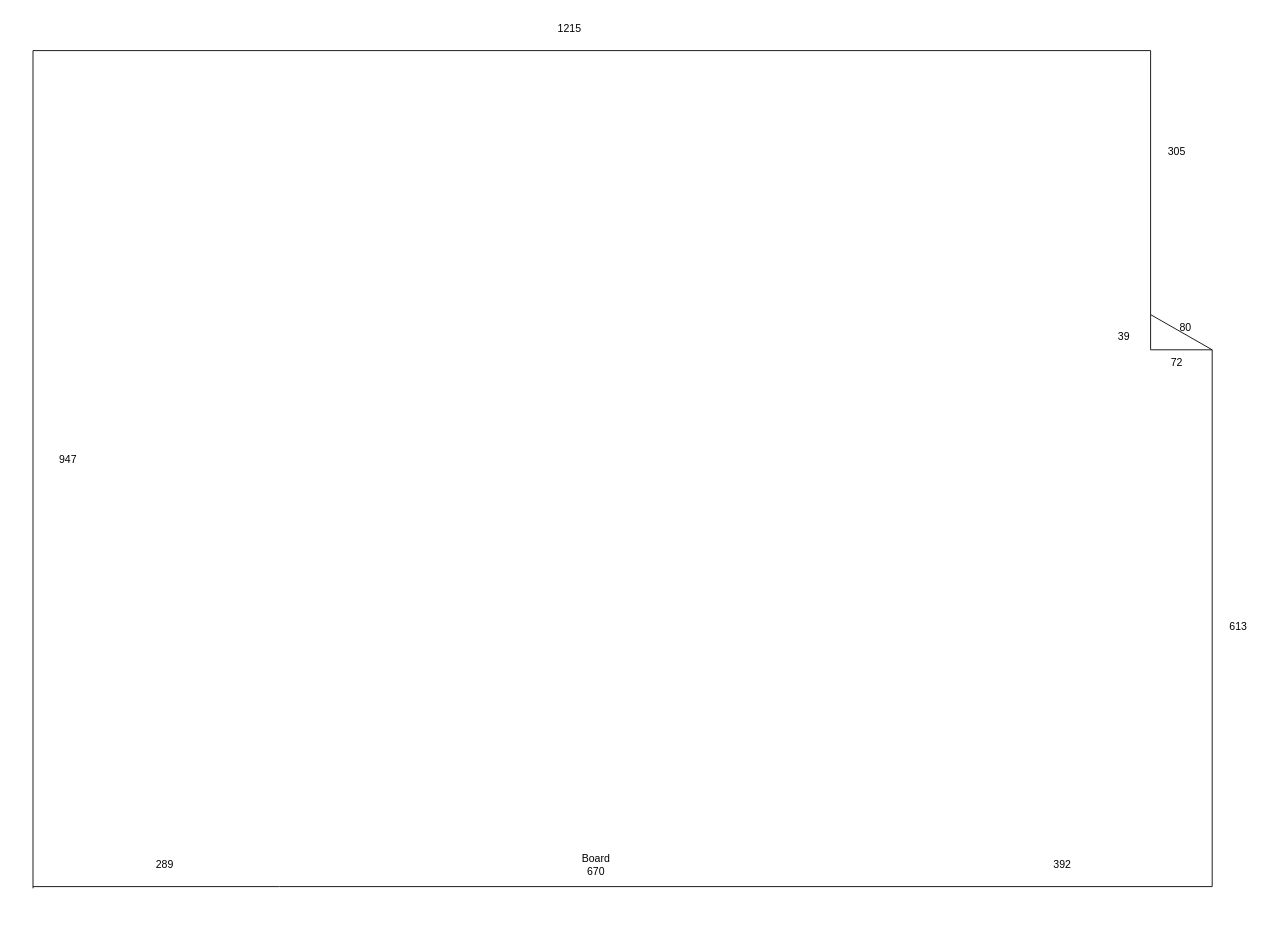
critschris/COMP475_Metrics keeps this draw.io diagram as Classroom_Metrics.drawio. Above is the earlier version. Source tidied: cells renumbered, new cells numbered last; positions are measured from the earlier drawing's top-left corner, leaving out a move shared by most shapes. Both pictures are drawn from the tidied source at 88%, with x=0, y=0 at pixel (33, 15).
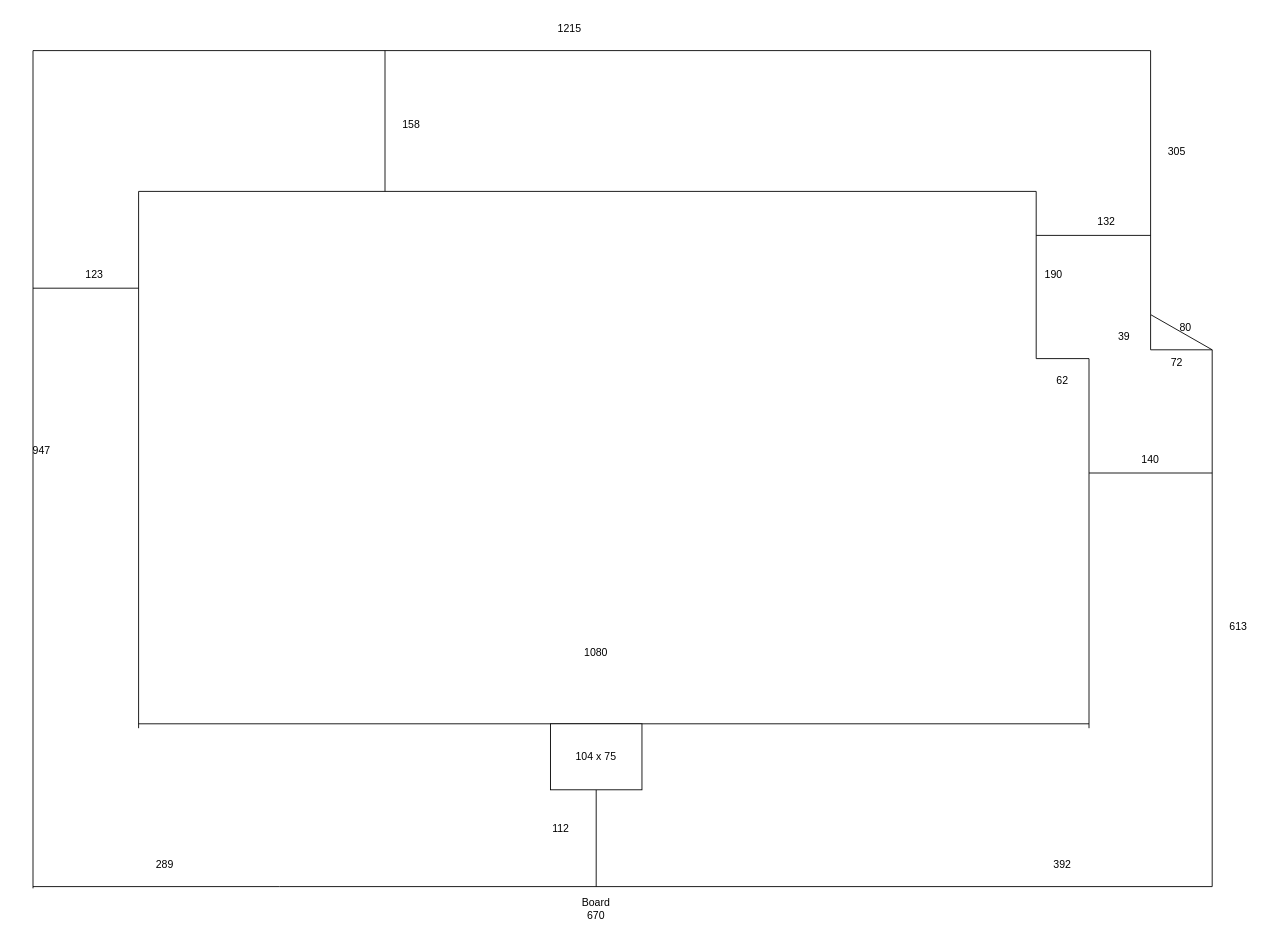
The same page after the edit.

Diff of the diagram source:
```diff
@@
     <mxCell id="12" value="Board&lt;br&gt;&lt;div&gt;670&lt;/div&gt;" style="text;html=1;whiteSpace=wrap;strokeColor=none;fillColor=none;align=center;verticalAlign=middle;rounded=0;" parent="1" vertex="1">
-      <mxGeometry x="610" y="950" width="60" height="30" as="geometry" />
+      <mxGeometry x="610" y="1000" width="60" height="30" as="geometry" />
     </mxCell>
@@
     <mxCell id="14" value="&lt;div&gt;947&lt;/div&gt;" style="text;html=1;whiteSpace=wrap;strokeColor=none;fillColor=none;align=center;verticalAlign=middle;rounded=0;" parent="1" vertex="1">
-      <mxGeometry x="10" y="490" width="60" height="30" as="geometry" />
+      <mxGeometry x="-20" y="480" width="60" height="30" as="geometry" />
     </mxCell>
@@
+    <mxCell id="22" value="&lt;div&gt;123&lt;/div&gt;" style="text;html=1;whiteSpace=wrap;strokeColor=none;fillColor=none;align=center;verticalAlign=middle;rounded=0;" parent="1" vertex="1">
+      <mxGeometry x="40" y="280" width="60" height="30" as="geometry" />
+    </mxCell>
+    <mxCell id="23" value="&lt;div&gt;158&lt;/div&gt;" style="text;html=1;whiteSpace=wrap;strokeColor=none;fillColor=none;align=center;verticalAlign=middle;rounded=0;" parent="1" vertex="1">
+      <mxGeometry x="400" y="110" width="60" height="30" as="geometry" />
+    </mxCell>
+    <mxCell id="24" style="endArrow=none;html=1;rounded=0;" parent="1" edge="1">
+      <mxGeometry relative="1" as="geometry">
+        <mxPoint x="400" y="40" as="sourcePoint" />
+        <mxPoint x="400" y="200" as="targetPoint" />
+      </mxGeometry>
+    </mxCell>
+    <mxCell id="25" style="endArrow=none;html=1;rounded=0;" parent="1" edge="1">
+      <mxGeometry relative="1" as="geometry">
+        <mxPoint x="120" y="310" as="sourcePoint" />
+        <mxPoint y="310" as="targetPoint" />
+      </mxGeometry>
+    </mxCell>
+    <mxCell id="26" style="endArrow=none;html=1;rounded=0;" parent="1" edge="1">
+      <mxGeometry relative="1" as="geometry">
+        <mxPoint x="120" y="810" as="sourcePoint" />
+        <mxPoint x="120" y="200" as="targetPoint" />
+      </mxGeometry>
+    </mxCell>
+    <mxCell id="27" style="endArrow=none;html=1;rounded=0;" parent="1" edge="1">
+      <mxGeometry relative="1" as="geometry">
+        <mxPoint x="120" y="200" as="sourcePoint" />
+        <mxPoint x="1140" y="200" as="targetPoint" />
+      </mxGeometry>
+    </mxCell>
+    <mxCell id="28" style="endArrow=none;html=1;rounded=0;" parent="1" edge="1">
+      <mxGeometry relative="1" as="geometry">
+        <mxPoint x="1200" y="520" as="sourcePoint" />
+        <mxPoint x="1340" y="520" as="targetPoint" />
+      </mxGeometry>
+    </mxCell>
+    <mxCell id="29" value="140" style="text;html=1;whiteSpace=wrap;strokeColor=none;fillColor=none;align=center;verticalAlign=middle;rounded=0;" parent="1" vertex="1">
+      <mxGeometry x="1240" y="490" width="60" height="30" as="geometry" />
+    </mxCell>
+    <mxCell id="30" style="endArrow=none;html=1;rounded=0;" parent="1" edge="1">
+      <mxGeometry relative="1" as="geometry">
+        <mxPoint x="1140" y="390" as="sourcePoint" />
+        <mxPoint x="1140" y="200" as="targetPoint" />
+      </mxGeometry>
+    </mxCell>
+    <mxCell id="31" value="190" style="text;html=1;whiteSpace=wrap;strokeColor=none;fillColor=none;align=center;verticalAlign=middle;rounded=0;" parent="1" vertex="1">
+      <mxGeometry x="1130" y="280" width="60" height="30" as="geometry" />
+    </mxCell>
+    <mxCell id="32" style="endArrow=none;html=1;rounded=0;" parent="1" edge="1">
+      <mxGeometry relative="1" as="geometry">
+        <mxPoint x="1140" y="250" as="sourcePoint" />
+        <mxPoint x="1270" y="250" as="targetPoint" />
+      </mxGeometry>
+    </mxCell>
+    <mxCell id="33" style="endArrow=none;html=1;rounded=0;" parent="1" edge="1">
+      <mxGeometry relative="1" as="geometry">
+        <mxPoint x="120" y="805" as="sourcePoint" />
+        <mxPoint x="1200" y="805" as="targetPoint" />
+      </mxGeometry>
+    </mxCell>
+    <mxCell id="34" style="endArrow=none;html=1;rounded=0;" parent="1" edge="1">
+      <mxGeometry relative="1" as="geometry">
+        <mxPoint x="1200" y="810" as="sourcePoint" />
+        <mxPoint x="1200" y="390" as="targetPoint" />
+      </mxGeometry>
+    </mxCell>
+    <mxCell id="35" value="1080" style="text;html=1;whiteSpace=wrap;strokeColor=none;fillColor=none;align=center;verticalAlign=middle;rounded=0;" parent="1" vertex="1">
+      <mxGeometry x="610" y="710" width="60" height="30" as="geometry" />
+    </mxCell>
+    <mxCell id="36" value="132" style="text;html=1;whiteSpace=wrap;strokeColor=none;fillColor=none;align=center;verticalAlign=middle;rounded=0;" parent="1" vertex="1">
+      <mxGeometry x="1190" y="220" width="60" height="30" as="geometry" />
+    </mxCell>
+    <mxCell id="37" style="endArrow=none;html=1;rounded=0;" parent="1" edge="1">
+      <mxGeometry relative="1" as="geometry">
+        <mxPoint x="1140" y="390" as="sourcePoint" />
+        <mxPoint x="1200" y="390" as="targetPoint" />
+      </mxGeometry>
+    </mxCell>
+    <mxCell id="38" value="62" style="text;html=1;whiteSpace=wrap;strokeColor=none;fillColor=none;align=center;verticalAlign=middle;rounded=0;" parent="1" vertex="1">
+      <mxGeometry x="1140" y="400" width="60" height="30" as="geometry" />
+    </mxCell>
+    <mxCell id="39" style="endArrow=none;html=1;rounded=0;" parent="1" edge="1">
+      <mxGeometry relative="1" as="geometry">
+        <mxPoint x="640" y="990" as="sourcePoint" />
+        <mxPoint x="640" y="880" as="targetPoint" />
+      </mxGeometry>
+    </mxCell>
+    <mxCell id="40" value="112" style="text;html=1;whiteSpace=wrap;strokeColor=none;fillColor=none;align=center;verticalAlign=middle;rounded=0;" parent="1" vertex="1">
+      <mxGeometry x="570" y="910" width="60" height="30" as="geometry" />
+    </mxCell>
+    <mxCell id="41" style="rounded=0;whiteSpace=wrap;html=1;" parent="1" vertex="1">
+      <mxGeometry x="588" y="805" width="104" height="75" as="geometry" />
+    </mxCell>
+    <mxCell id="42" value="104 x 75" style="text;html=1;whiteSpace=wrap;strokeColor=none;fillColor=none;align=center;verticalAlign=middle;rounded=0;" parent="1" vertex="1">
+      <mxGeometry x="610" y="827.5" width="60" height="30" as="geometry" />
+    </mxCell>
```
